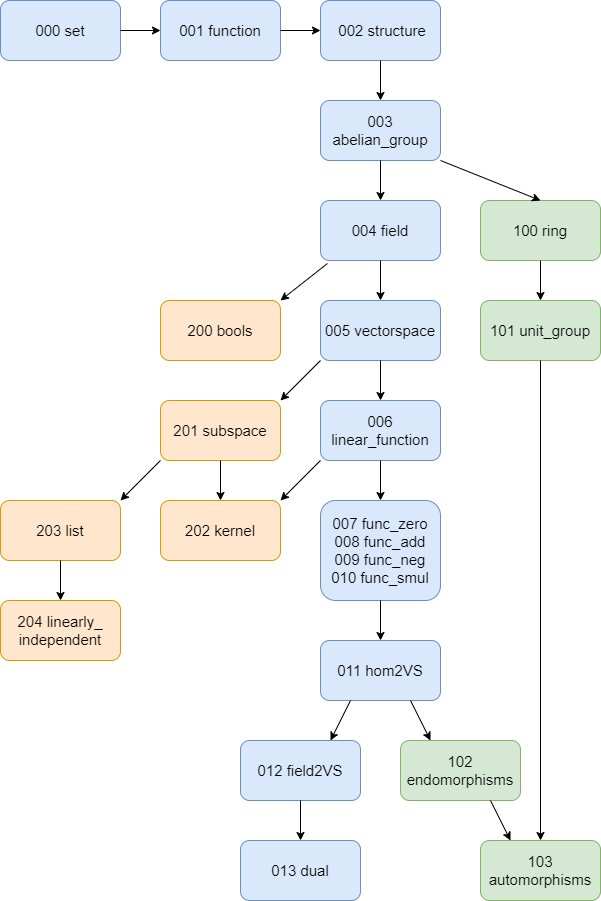
Earlier version of the draw.io export data_structuring.png (Felix-Thiele/Lin-Algebra-Formalization-FTL). Source tidied: cells renumbered, new cells last; positions are measured from the earlier drawing's top-left corner, leaving out a move shared by most shapes.
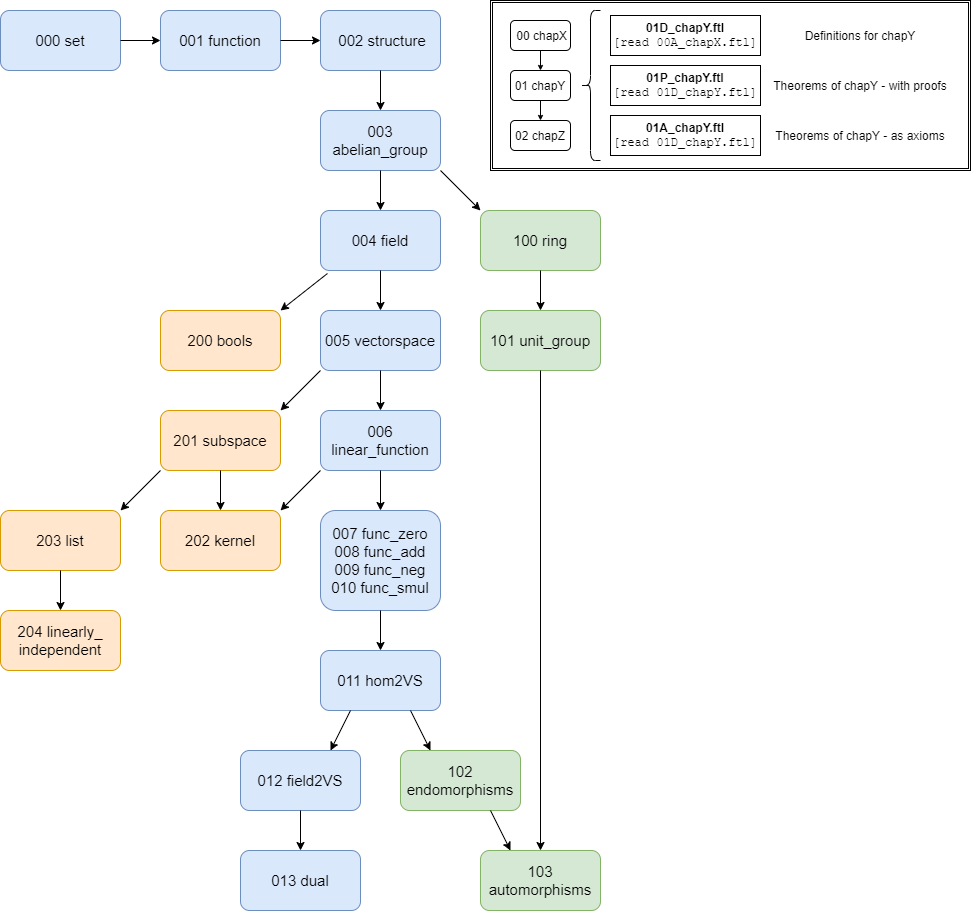
Later version of the same file.

What changed in the source:
```diff
@@ -59,7 +59,7 @@
     <mxCell id="20" value="100 ring" style="rounded=1;whiteSpace=wrap;html=1;fontSize=15;fillColor=#d5e8d4;strokeColor=#82b366;" parent="1" vertex="1">
       <mxGeometry x="480" y="200" width="120" height="60" as="geometry" />
     </mxCell>
-    <mxCell id="21" style="endArrow=classic;html=1;fontSize=15;exitX=1;exitY=1;exitDx=0;exitDy=0;entryX=0.5;entryY=0;entryDx=0;entryDy=0;" parent="1" edge="1" source="7" target="20">
+    <mxCell id="21" style="endArrow=classic;html=1;fontSize=15;exitX=1;exitY=1;exitDx=0;exitDy=0;entryX=0;entryY=0;entryDx=0;entryDy=0;" parent="1" edge="1" source="7" target="20">
       <mxGeometry relative="1" as="geometry" />
     </mxCell>
     <mxCell id="22" value="012 field2VS" style="rounded=1;whiteSpace=wrap;html=1;fontSize=15;fillColor=#dae8fc;strokeColor=#6c8ebf;" parent="1" vertex="1">
@@ -125,5 +125,47 @@
     <mxCell id="42" style="endArrow=classic;html=1;fontSize=15;exitX=0.75;exitY=1;exitDx=0;exitDy=0;entryX=0.25;entryY=0;entryDx=0;entryDy=0;" parent="1" edge="1" source="29" target="40">
       <mxGeometry relative="1" as="geometry" />
     </mxCell>
+    <mxCell id="43" style="group;" parent="1" vertex="1">
+      <mxGeometry x="490" y="-10" width="480" height="170" as="geometry" />
+    </mxCell>
+    <mxCell id="44" style="shape=ext;double=1;rounded=0;whiteSpace=wrap;html=1;fillColor=none;" parent="43" vertex="1">
+      <mxGeometry width="480" height="170" as="geometry" />
+    </mxCell>
+    <mxCell id="45" value="&amp;nbsp;00 chapX" style="rounded=1;whiteSpace=wrap;html=1;" parent="43" vertex="1">
+      <mxGeometry x="20" y="20" width="60" height="30" as="geometry" />
+    </mxCell>
+    <mxCell id="46" style="endArrow=classic;html=1;strokeWidth=1;exitX=0.5;exitY=1;exitDx=0;exitDy=0;endSize=3;entryX=0.5;entryY=0;entryDx=0;entryDy=0;" parent="43" edge="1" source="45" target="47">
+      <mxGeometry relative="1" as="geometry" />
+    </mxCell>
+    <mxCell id="47" value="01 chapY" style="rounded=1;whiteSpace=wrap;html=1;" parent="43" vertex="1">
+      <mxGeometry x="20" y="70" width="60" height="30" as="geometry" />
+    </mxCell>
+    <mxCell id="48" value="&lt;b&gt;01D_chapY.ftl&lt;/b&gt;&lt;br&gt;&lt;font face=&quot;Courier New&quot;&gt;[read 00A_chapX.ftl]&lt;/font&gt;" style="rounded=0;whiteSpace=wrap;html=1;" parent="43" vertex="1">
+      <mxGeometry x="120" y="15" width="150" height="40" as="geometry" />
+    </mxCell>
+    <mxCell id="49" value="02 chapZ" style="rounded=1;whiteSpace=wrap;html=1;" parent="43" vertex="1">
+      <mxGeometry x="20" y="120" width="60" height="30" as="geometry" />
+    </mxCell>
+    <mxCell id="50" style="endArrow=classic;html=1;strokeWidth=1;exitX=0.5;exitY=1;exitDx=0;exitDy=0;endSize=3;entryX=0.5;entryY=0;entryDx=0;entryDy=0;" parent="43" edge="1" source="47" target="49">
+      <mxGeometry relative="1" as="geometry" />
+    </mxCell>
+    <mxCell id="51" value="&lt;b&gt;01P_chapY.ftl&lt;/b&gt;&lt;br&gt;&lt;font face=&quot;Courier New&quot;&gt;[read 01D_chapY.ftl]&lt;/font&gt;" style="rounded=0;whiteSpace=wrap;html=1;" parent="43" vertex="1">
+      <mxGeometry x="120" y="65" width="150" height="40" as="geometry" />
+    </mxCell>
+    <mxCell id="52" value="&lt;b&gt;01A_chapY.ftl&lt;/b&gt;&lt;br&gt;&lt;font face=&quot;Courier New&quot;&gt;[read 01D_chapY.ftl]&lt;/font&gt;" style="rounded=0;whiteSpace=wrap;html=1;" parent="43" vertex="1">
+      <mxGeometry x="120" y="115" width="150" height="40" as="geometry" />
+    </mxCell>
+    <mxCell id="53" style="shape=curlyBracket;whiteSpace=wrap;html=1;rounded=1;" parent="43" vertex="1">
+      <mxGeometry x="90" y="10" width="20" height="150" as="geometry" />
+    </mxCell>
+    <mxCell id="54" value="&lt;span style=&quot;font-weight: normal&quot;&gt;Definitions for chapY&lt;/span&gt;" style="rounded=0;whiteSpace=wrap;html=1;fontStyle=1;strokeColor=none;" parent="43" vertex="1">
+      <mxGeometry x="280" y="15" width="180" height="40" as="geometry" />
+    </mxCell>
+    <mxCell id="55" value="&lt;span style=&quot;font-weight: normal&quot;&gt;Theorems of chapY - with proofs&lt;/span&gt;" style="rounded=0;whiteSpace=wrap;html=1;fontStyle=1;strokeColor=none;" parent="43" vertex="1">
+      <mxGeometry x="280" y="65" width="180" height="40" as="geometry" />
+    </mxCell>
+    <mxCell id="56" value="&lt;span style=&quot;font-weight: normal&quot;&gt;Theorems of chapY - as axioms&lt;/span&gt;" style="rounded=0;whiteSpace=wrap;html=1;fontStyle=1;strokeColor=none;" parent="43" vertex="1">
+      <mxGeometry x="280" y="115" width="180" height="40" as="geometry" />
+    </mxCell>
   </root>
 </mxGraphModel>
```
